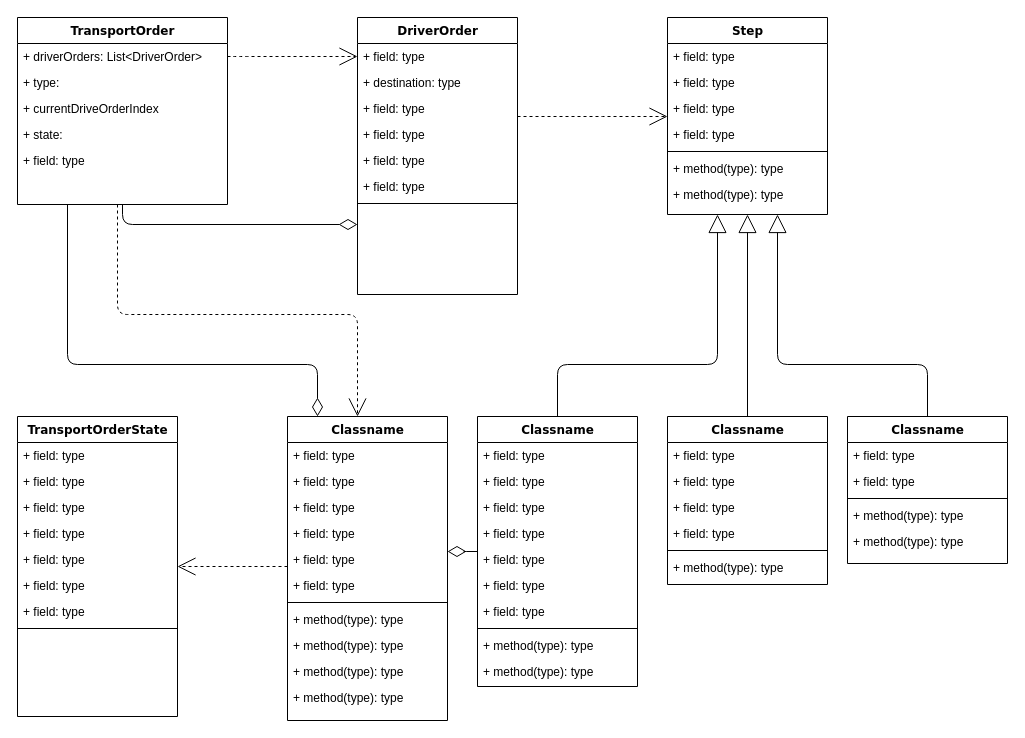
Earlier version of the draw.io diagram 架构/领域类.drawio (c825503724/fms). Source tidied: cells renumbered, new cells numbered last; positions are measured from the earlier drawing's top-left corner, leaving out a move shared by most shapes. Both pictures are drawn from the tidied source at 100%, with x=0, y=0 at pixel (17, 17).
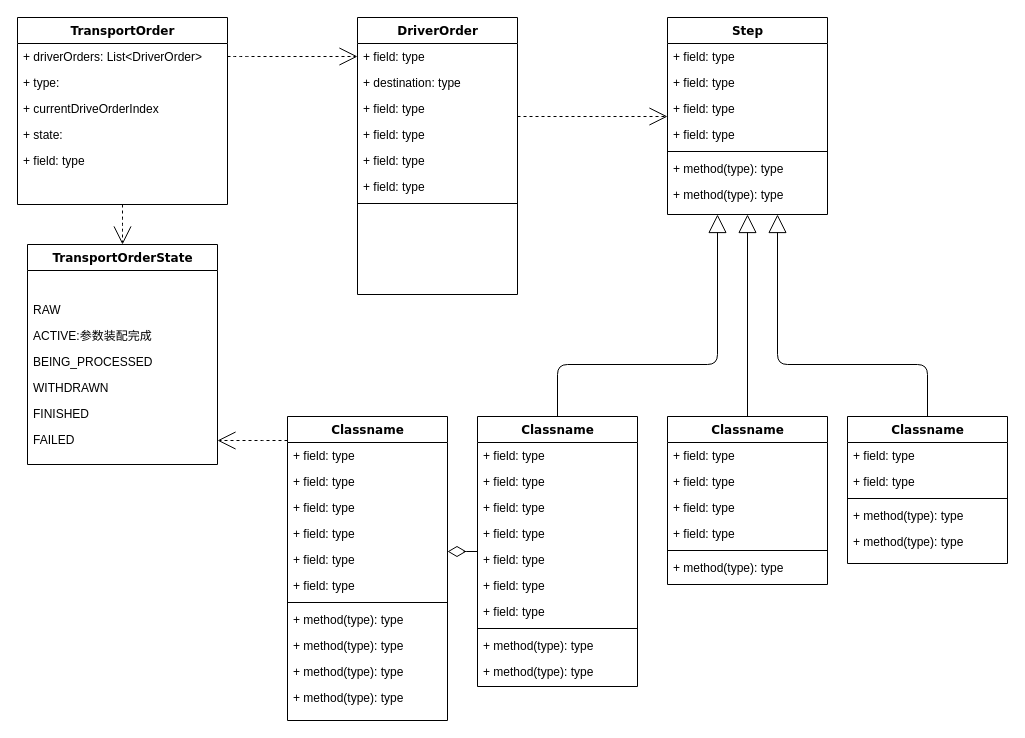
The same diagram, later.

Commit message (it also covers changes not shown here):
更新领域类.drawio

The change refers to these unchanged cells:
```xml
<mxCell id="4" value="TransportOrder" style="swimlane;html=1;fontStyle=1;align=center;verticalAlign=top;horizontal=1;startSize=26;swimlaneFillColor=#ffffff;rounded=0;shadow=0;comic=0;labelBackgroundColor=none;strokeWidth=1;fillColor=none;fontFamily=Verdana;fontSize=12;" parent="1" vertex="1">
  <mxGeometry width="210" height="187" as="geometry" />
</mxCell>
<mxCell id="11" value="DriverOrder" style="swimlane;html=1;fontStyle=1;align=center;verticalAlign=top;horizontal=1;startSize=26;swimlaneFillColor=#ffffff;rounded=0;shadow=0;comic=0;labelBackgroundColor=none;strokeWidth=1;fillColor=none;fontFamily=Verdana;fontSize=12;" parent="1" vertex="1">
  <mxGeometry x="340" width="160" height="277" as="geometry" />
</mxCell>
<mxCell id="38" value="Classname" style="swimlane;html=1;fontStyle=1;align=center;verticalAlign=top;horizontal=1;startSize=26;swimlaneFillColor=#ffffff;rounded=0;shadow=0;comic=0;labelBackgroundColor=none;strokeWidth=1;fillColor=none;fontFamily=Verdana;fontSize=12;" parent="1" vertex="1">
  <mxGeometry x="270" y="399" width="160" height="304" as="geometry" />
</mxCell>
```

Diff of the diagram source:
```diff
@@
-    <mxCell id="2" style="edgeStyle=orthogonalEdgeStyle;html=1;labelBackgroundColor=none;startFill=0;startSize=8;endArrow=open;endFill=0;endSize=16;fontFamily=Verdana;fontSize=12;dashed=1;" parent="1" edge="1" source="4" target="38">
-      <mxGeometry relative="1" as="geometry">
-        <Array as="points">
-          <mxPoint x="100" y="297" />
-          <mxPoint x="340" y="297" />
-        </Array>
-      </mxGeometry>
-    </mxCell>
-    <mxCell id="3" style="edgeStyle=orthogonalEdgeStyle;html=1;labelBackgroundColor=none;startFill=0;startSize=8;endArrow=diamondThin;endFill=0;endSize=16;fontFamily=Verdana;fontSize=12;" parent="1" edge="1" source="4" target="38">
-      <mxGeometry relative="1" as="geometry">
-        <Array as="points">
-          <mxPoint x="50" y="347" />
-          <mxPoint x="300" y="347" />
-        </Array>
-      </mxGeometry>
-    </mxCell>
@@
     <mxCell id="28" value="TransportOrderState" style="swimlane;html=1;fontStyle=1;align=center;verticalAlign=top;horizontal=1;startSize=26;swimlaneFillColor=#ffffff;rounded=0;shadow=0;comic=0;labelBackgroundColor=none;strokeWidth=1;fillColor=none;fontFamily=Verdana;fontSize=12;" parent="1" vertex="1">
-      <mxGeometry y="399" width="160" height="300" as="geometry" />
+      <mxGeometry x="10" y="227" width="190" height="220" as="geometry" />
     </mxCell>
-    <mxCell id="29" value="+ field: type" style="text;html=1;strokeColor=none;fillColor=none;align=left;verticalAlign=top;spacingLeft=4;spacingRight=4;whiteSpace=wrap;overflow=hidden;" parent="28" vertex="1">
-      <mxGeometry y="26" width="160" height="26" as="geometry" />
+    <mxCell id="29" value="&lt;div style=&quot;background-color:#2b2b2b;color:#a9b7c6;font-family:'宋体',monospace;font-size:10.5pt;&quot;&gt;&lt;pre&gt;&lt;br&gt;&lt;/pre&gt;&lt;/div&gt;" style="text;html=1;strokeColor=none;fillColor=none;align=left;verticalAlign=top;spacingLeft=4;spacingRight=4;whiteSpace=wrap;overflow=hidden;" parent="28" vertex="1">
+      <mxGeometry y="26" width="190" height="26" as="geometry" />
     </mxCell>
-    <mxCell id="30" value="+ field: type" style="text;html=1;strokeColor=none;fillColor=none;align=left;verticalAlign=top;spacingLeft=4;spacingRight=4;whiteSpace=wrap;overflow=hidden;" parent="28" vertex="1">
-      <mxGeometry y="52" width="160" height="26" as="geometry" />
+    <mxCell id="30" value="RAW" style="text;html=1;strokeColor=none;fillColor=none;align=left;verticalAlign=top;spacingLeft=4;spacingRight=4;whiteSpace=wrap;overflow=hidden;" parent="28" vertex="1">
+      <mxGeometry y="52" width="190" height="26" as="geometry" />
     </mxCell>
-    <mxCell id="31" value="+ field: type" style="text;html=1;strokeColor=none;fillColor=none;align=left;verticalAlign=top;spacingLeft=4;spacingRight=4;whiteSpace=wrap;overflow=hidden;" parent="28" vertex="1">
-      <mxGeometry y="78" width="160" height="26" as="geometry" />
+    <mxCell id="31" value="ACTIVE:参数装配完成" style="text;html=1;strokeColor=none;fillColor=none;align=left;verticalAlign=top;spacingLeft=4;spacingRight=4;whiteSpace=wrap;overflow=hidden;" parent="28" vertex="1">
+      <mxGeometry y="78" width="190" height="26" as="geometry" />
     </mxCell>
-    <mxCell id="32" value="+ field: type" style="text;html=1;strokeColor=none;fillColor=none;align=left;verticalAlign=top;spacingLeft=4;spacingRight=4;whiteSpace=wrap;overflow=hidden;" parent="28" vertex="1">
-      <mxGeometry y="104" width="160" height="26" as="geometry" />
+    <mxCell id="32" value="BEING_PROCESSED" style="text;html=1;strokeColor=none;fillColor=none;align=left;verticalAlign=top;spacingLeft=4;spacingRight=4;whiteSpace=wrap;overflow=hidden;" parent="28" vertex="1">
+      <mxGeometry y="104" width="190" height="26" as="geometry" />
     </mxCell>
-    <mxCell id="33" value="+ field: type" style="text;html=1;strokeColor=none;fillColor=none;align=left;verticalAlign=top;spacingLeft=4;spacingRight=4;whiteSpace=wrap;overflow=hidden;" parent="28" vertex="1">
-      <mxGeometry y="130" width="160" height="26" as="geometry" />
+    <mxCell id="33" value="WITHDRAWN" style="text;html=1;strokeColor=none;fillColor=none;align=left;verticalAlign=top;spacingLeft=4;spacingRight=4;whiteSpace=wrap;overflow=hidden;" parent="28" vertex="1">
+      <mxGeometry y="130" width="190" height="26" as="geometry" />
     </mxCell>
-    <mxCell id="34" value="+ field: type" style="text;html=1;strokeColor=none;fillColor=none;align=left;verticalAlign=top;spacingLeft=4;spacingRight=4;whiteSpace=wrap;overflow=hidden;" parent="28" vertex="1">
-      <mxGeometry y="156" width="160" height="26" as="geometry" />
+    <mxCell id="34" value="FINISHED" style="text;html=1;strokeColor=none;fillColor=none;align=left;verticalAlign=top;spacingLeft=4;spacingRight=4;whiteSpace=wrap;overflow=hidden;" parent="28" vertex="1">
+      <mxGeometry y="156" width="190" height="26" as="geometry" />
     </mxCell>
-    <mxCell id="35" value="+ field: type" style="text;html=1;strokeColor=none;fillColor=none;align=left;verticalAlign=top;spacingLeft=4;spacingRight=4;whiteSpace=wrap;overflow=hidden;" parent="28" vertex="1">
-      <mxGeometry y="182" width="160" height="26" as="geometry" />
+    <mxCell id="35" value="FAILED" style="text;html=1;strokeColor=none;fillColor=none;align=left;verticalAlign=top;spacingLeft=4;spacingRight=4;whiteSpace=wrap;overflow=hidden;" parent="28" vertex="1">
+      <mxGeometry y="182" width="190" height="26" as="geometry" />
     </mxCell>
-    <mxCell id="36" style="line;html=1;strokeWidth=1;fillColor=none;align=left;verticalAlign=middle;spacingTop=-1;spacingLeft=3;spacingRight=3;labelPosition=right;" parent="28" vertex="1">
-      <mxGeometry y="208" width="160" height="8" as="geometry" />
-    </mxCell>
@@
-    <mxCell id="77" style="edgeStyle=elbowEdgeStyle;html=1;labelBackgroundColor=none;startFill=0;startSize=8;endArrow=diamondThin;endFill=0;endSize=16;fontFamily=Verdana;fontSize=12;elbow=vertical;" parent="1" edge="1" source="4" target="11">
-      <mxGeometry relative="1" as="geometry">
-        <Array as="points">
-          <mxPoint x="275" y="207" />
-        </Array>
-      </mxGeometry>
-    </mxCell>
@@
+    <mxCell id="79" style="edgeStyle=elbowEdgeStyle;html=1;labelBackgroundColor=none;startFill=0;startSize=8;endArrow=open;endFill=0;endSize=16;fontFamily=Verdana;fontSize=12;elbow=vertical;dashed=1;" parent="1" edge="1" target="28">
+      <mxGeometry relative="1" as="geometry">
+        <mxPoint x="105" y="187" as="sourcePoint" />
+      </mxGeometry>
+    </mxCell>
```
